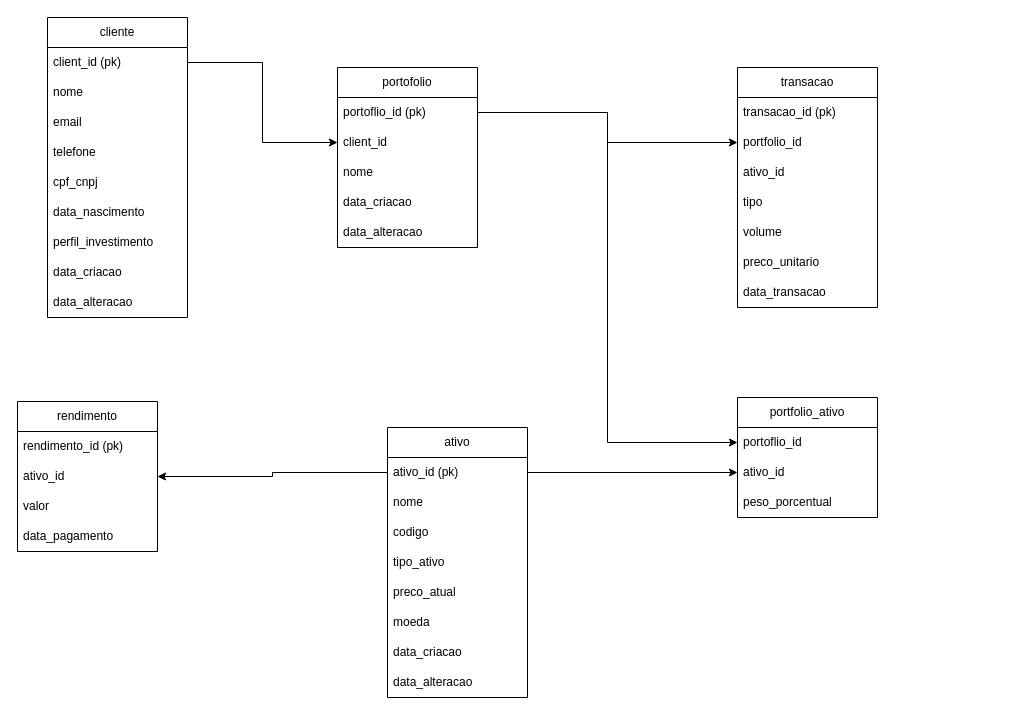
The draw.io diagram page "Cenario 2" (1 of 4) of bwgi/DE/diagramas.drawio in joaobodingbaner/code-cha, before the edit. Source tidied: cells renumbered, new cells numbered last; positions are measured from the earlier drawing's top-left corner, leaving out a move shared by most shapes. Both pictures are drawn from the tidied source at 100%, with x=0, y=0 at pixel (17, 17).
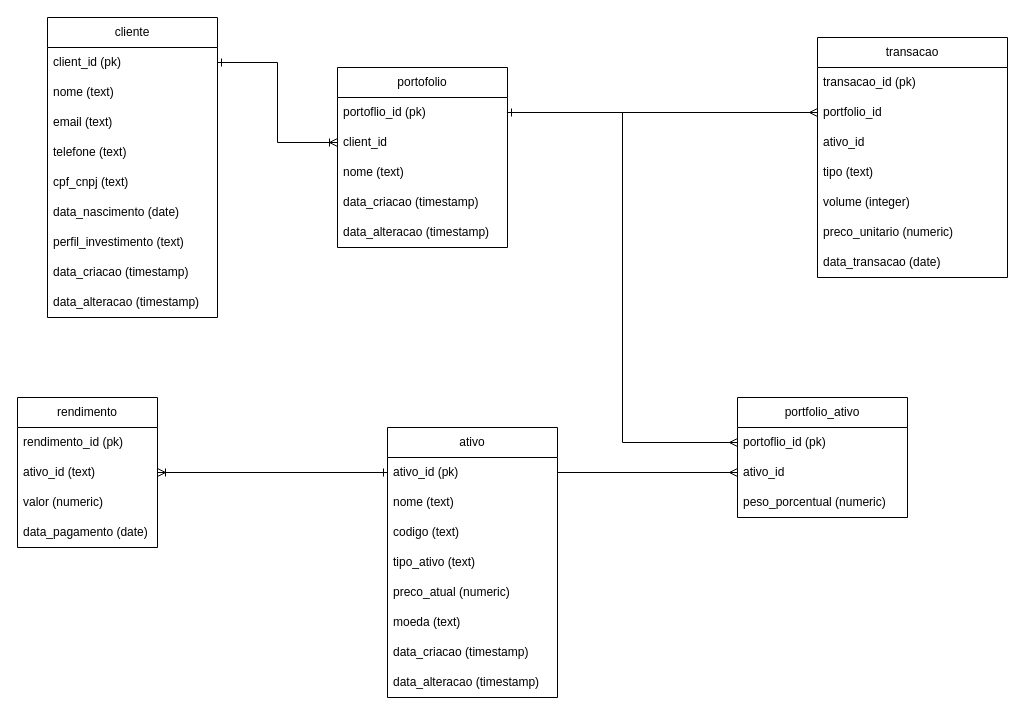
The same page after the edit.

What changed in the source:
```diff
@@
     <mxCell id="2" value="cliente" style="swimlane;fontStyle=0;horizontal=1;startSize=30;whiteSpace=wrap;html=1;" parent="1" vertex="1">
-      <mxGeometry x="30" width="140" height="300" as="geometry" />
+      <mxGeometry x="30" width="170" height="300" as="geometry" />
     </mxCell>
     <mxCell id="3" value="client_id (pk)" style="text;strokeColor=none;fillColor=none;align=left;verticalAlign=middle;spacingLeft=4;spacingRight=4;overflow=hidden;points=[[0,0.5],[1,0.5]];portConstraint=eastwest;whiteSpace=wrap;html=1;" parent="2" vertex="1">
-      <mxGeometry y="30" width="140" height="30" as="geometry" />
+      <mxGeometry y="30" width="170" height="30" as="geometry" />
     </mxCell>
-    <mxCell id="4" value="nome" style="text;strokeColor=none;fillColor=none;align=left;verticalAlign=middle;spacingLeft=4;spacingRight=4;overflow=hidden;whiteSpace=wrap;html=1;" parent="2" vertex="1">
-      <mxGeometry y="60" width="140" height="30" as="geometry" />
+    <mxCell id="4" value="nome (text)" style="text;strokeColor=none;fillColor=none;align=left;verticalAlign=middle;spacingLeft=4;spacingRight=4;overflow=hidden;whiteSpace=wrap;html=1;" parent="2" vertex="1">
+      <mxGeometry y="60" width="170" height="30" as="geometry" />
     </mxCell>
-    <mxCell id="5" value="email" style="text;strokeColor=none;fillColor=none;align=left;verticalAlign=middle;spacingLeft=4;spacingRight=4;overflow=hidden;whiteSpace=wrap;html=1;" parent="2" vertex="1">
-      <mxGeometry y="90" width="140" height="30" as="geometry" />
+    <mxCell id="5" value="email (text)" style="text;strokeColor=none;fillColor=none;align=left;verticalAlign=middle;spacingLeft=4;spacingRight=4;overflow=hidden;whiteSpace=wrap;html=1;" parent="2" vertex="1">
+      <mxGeometry y="90" width="170" height="30" as="geometry" />
     </mxCell>
-    <mxCell id="6" value="telefone" style="text;strokeColor=none;fillColor=none;align=left;verticalAlign=middle;spacingLeft=4;spacingRight=4;overflow=hidden;whiteSpace=wrap;html=1;" parent="2" vertex="1">
-      <mxGeometry y="120" width="140" height="30" as="geometry" />
+    <mxCell id="6" value="telefone (text)" style="text;strokeColor=none;fillColor=none;align=left;verticalAlign=middle;spacingLeft=4;spacingRight=4;overflow=hidden;whiteSpace=wrap;html=1;" parent="2" vertex="1">
+      <mxGeometry y="120" width="170" height="30" as="geometry" />
     </mxCell>
-    <mxCell id="7" value="cpf_cnpj" style="text;strokeColor=none;fillColor=none;align=left;verticalAlign=middle;spacingLeft=4;spacingRight=4;overflow=hidden;whiteSpace=wrap;html=1;" parent="2" vertex="1">
-      <mxGeometry y="150" width="140" height="30" as="geometry" />
+    <mxCell id="7" value="cpf_cnpj (text)" style="text;strokeColor=none;fillColor=none;align=left;verticalAlign=middle;spacingLeft=4;spacingRight=4;overflow=hidden;whiteSpace=wrap;html=1;" parent="2" vertex="1">
+      <mxGeometry y="150" width="170" height="30" as="geometry" />
     </mxCell>
-    <mxCell id="8" value="data_nascimento" style="text;strokeColor=none;fillColor=none;align=left;verticalAlign=middle;spacingLeft=4;spacingRight=4;overflow=hidden;whiteSpace=wrap;html=1;" parent="2" vertex="1">
-      <mxGeometry y="180" width="140" height="30" as="geometry" />
+    <mxCell id="8" value="data_nascimento (date)" style="text;strokeColor=none;fillColor=none;align=left;verticalAlign=middle;spacingLeft=4;spacingRight=4;overflow=hidden;whiteSpace=wrap;html=1;" parent="2" vertex="1">
+      <mxGeometry y="180" width="170" height="30" as="geometry" />
     </mxCell>
-    <mxCell id="9" value="perfil_investimento" style="text;strokeColor=none;fillColor=none;align=left;verticalAlign=middle;spacingLeft=4;spacingRight=4;overflow=hidden;whiteSpace=wrap;html=1;" parent="2" vertex="1">
-      <mxGeometry y="210" width="140" height="30" as="geometry" />
+    <mxCell id="9" value="perfil_investimento (text)" style="text;strokeColor=none;fillColor=none;align=left;verticalAlign=middle;spacingLeft=4;spacingRight=4;overflow=hidden;whiteSpace=wrap;html=1;" parent="2" vertex="1">
+      <mxGeometry y="210" width="170" height="30" as="geometry" />
     </mxCell>
-    <mxCell id="10" value="data_criacao" style="text;strokeColor=none;fillColor=none;align=left;verticalAlign=middle;spacingLeft=4;spacingRight=4;overflow=hidden;whiteSpace=wrap;html=1;" parent="2" vertex="1">
-      <mxGeometry y="240" width="140" height="30" as="geometry" />
+    <mxCell id="10" value="data_criacao (timestamp)" style="text;strokeColor=none;fillColor=none;align=left;verticalAlign=middle;spacingLeft=4;spacingRight=4;overflow=hidden;whiteSpace=wrap;html=1;" parent="2" vertex="1">
+      <mxGeometry y="240" width="170" height="30" as="geometry" />
     </mxCell>
-    <mxCell id="11" value="data_alteracao" style="text;strokeColor=none;fillColor=none;align=left;verticalAlign=middle;spacingLeft=4;spacingRight=4;overflow=hidden;whiteSpace=wrap;html=1;" parent="2" vertex="1">
-      <mxGeometry y="270" width="140" height="30" as="geometry" />
+    <mxCell id="11" value="data_alteracao (timestamp)" style="text;strokeColor=none;fillColor=none;align=left;verticalAlign=middle;spacingLeft=4;spacingRight=4;overflow=hidden;whiteSpace=wrap;html=1;" parent="2" vertex="1">
+      <mxGeometry y="270" width="170" height="30" as="geometry" />
     </mxCell>
     <mxCell id="12" value="ativo" style="swimlane;fontStyle=0;horizontal=1;startSize=30;whiteSpace=wrap;html=1;" parent="1" vertex="1">
-      <mxGeometry x="370" y="410" width="140" height="270" as="geometry" />
+      <mxGeometry x="370" y="410" width="170" height="270" as="geometry" />
     </mxCell>
     <mxCell id="13" value="ativo_id (pk)" style="text;strokeColor=none;fillColor=none;align=left;verticalAlign=middle;spacingLeft=4;spacingRight=4;overflow=hidden;points=[[0,0.5],[1,0.5]];portConstraint=eastwest;whiteSpace=wrap;html=1;" parent="12" vertex="1">
-      <mxGeometry y="30" width="140" height="30" as="geometry" />
+      <mxGeometry y="30" width="170" height="30" as="geometry" />
     </mxCell>
-    <mxCell id="14" value="nome" style="text;strokeColor=none;fillColor=none;align=left;verticalAlign=middle;spacingLeft=4;spacingRight=4;overflow=hidden;whiteSpace=wrap;html=1;" parent="12" vertex="1">
-      <mxGeometry y="60" width="140" height="30" as="geometry" />
+    <mxCell id="14" value="nome (text)" style="text;strokeColor=none;fillColor=none;align=left;verticalAlign=middle;spacingLeft=4;spacingRight=4;overflow=hidden;whiteSpace=wrap;html=1;" parent="12" vertex="1">
+      <mxGeometry y="60" width="170" height="30" as="geometry" />
     </mxCell>
-    <mxCell id="15" value="codigo" style="text;strokeColor=none;fillColor=none;align=left;verticalAlign=middle;spacingLeft=4;spacingRight=4;overflow=hidden;whiteSpace=wrap;html=1;" parent="12" vertex="1">
-      <mxGeometry y="90" width="140" height="30" as="geometry" />
+    <mxCell id="15" value="codigo (text)" style="text;strokeColor=none;fillColor=none;align=left;verticalAlign=middle;spacingLeft=4;spacingRight=4;overflow=hidden;whiteSpace=wrap;html=1;" parent="12" vertex="1">
+      <mxGeometry y="90" width="170" height="30" as="geometry" />
     </mxCell>
-    <mxCell id="16" value="tipo_ativo" style="text;strokeColor=none;fillColor=none;align=left;verticalAlign=middle;spacingLeft=4;spacingRight=4;overflow=hidden;whiteSpace=wrap;html=1;" parent="12" vertex="1">
-      <mxGeometry y="120" width="140" height="30" as="geometry" />
+    <mxCell id="16" value="tipo_ativo (text)" style="text;strokeColor=none;fillColor=none;align=left;verticalAlign=middle;spacingLeft=4;spacingRight=4;overflow=hidden;whiteSpace=wrap;html=1;" parent="12" vertex="1">
+      <mxGeometry y="120" width="170" height="30" as="geometry" />
     </mxCell>
-    <mxCell id="17" value="preco_atual" style="text;strokeColor=none;fillColor=none;align=left;verticalAlign=middle;spacingLeft=4;spacingRight=4;overflow=hidden;whiteSpace=wrap;html=1;" parent="12" vertex="1">
-      <mxGeometry y="150" width="140" height="30" as="geometry" />
+    <mxCell id="17" value="preco_atual (numeric)" style="text;strokeColor=none;fillColor=none;align=left;verticalAlign=middle;spacingLeft=4;spacingRight=4;overflow=hidden;whiteSpace=wrap;html=1;" parent="12" vertex="1">
+      <mxGeometry y="150" width="170" height="30" as="geometry" />
     </mxCell>
-    <mxCell id="18" value="moeda" style="text;strokeColor=none;fillColor=none;align=left;verticalAlign=middle;spacingLeft=4;spacingRight=4;overflow=hidden;whiteSpace=wrap;html=1;" parent="12" vertex="1">
-      <mxGeometry y="180" width="140" height="30" as="geometry" />
+    <mxCell id="18" value="moeda (text)" style="text;strokeColor=none;fillColor=none;align=left;verticalAlign=middle;spacingLeft=4;spacingRight=4;overflow=hidden;whiteSpace=wrap;html=1;" parent="12" vertex="1">
+      <mxGeometry y="180" width="170" height="30" as="geometry" />
     </mxCell>
-    <mxCell id="19" value="data_criacao" style="text;strokeColor=none;fillColor=none;align=left;verticalAlign=middle;spacingLeft=4;spacingRight=4;overflow=hidden;whiteSpace=wrap;html=1;" parent="12" vertex="1">
-      <mxGeometry y="210" width="140" height="30" as="geometry" />
+    <mxCell id="19" value="data_criacao (timestamp)" style="text;strokeColor=none;fillColor=none;align=left;verticalAlign=middle;spacingLeft=4;spacingRight=4;overflow=hidden;whiteSpace=wrap;html=1;" parent="12" vertex="1">
+      <mxGeometry y="210" width="170" height="30" as="geometry" />
     </mxCell>
-    <mxCell id="20" value="data_alteracao" style="text;strokeColor=none;fillColor=none;align=left;verticalAlign=middle;spacingLeft=4;spacingRight=4;overflow=hidden;whiteSpace=wrap;html=1;" parent="12" vertex="1">
-      <mxGeometry y="240" width="140" height="30" as="geometry" />
+    <mxCell id="20" value="data_alteracao (timestamp)" style="text;strokeColor=none;fillColor=none;align=left;verticalAlign=middle;spacingLeft=4;spacingRight=4;overflow=hidden;whiteSpace=wrap;html=1;" parent="12" vertex="1">
+      <mxGeometry y="240" width="170" height="30" as="geometry" />
     </mxCell>
     <mxCell id="21" value="rendimento" style="swimlane;fontStyle=0;horizontal=1;startSize=30;whiteSpace=wrap;html=1;" parent="1" vertex="1">
-      <mxGeometry y="384" width="140" height="150" as="geometry" />
+      <mxGeometry y="380" width="140" height="150" as="geometry" />
     </mxCell>
@@
-    <mxCell id="23" value="ativo_id" style="text;strokeColor=none;fillColor=none;align=left;verticalAlign=middle;spacingLeft=4;spacingRight=4;overflow=hidden;points=[[0,0.5],[1,0.5]];portConstraint=eastwest;whiteSpace=wrap;html=1;" parent="21" vertex="1">
+    <mxCell id="23" value="ativo_id (text)" style="text;strokeColor=none;fillColor=none;align=left;verticalAlign=middle;spacingLeft=4;spacingRight=4;overflow=hidden;points=[[0,0.5],[1,0.5]];portConstraint=eastwest;whiteSpace=wrap;html=1;" parent="21" vertex="1">
       <mxGeometry y="60" width="140" height="30" as="geometry" />
     </mxCell>
-    <mxCell id="24" value="valor" style="text;strokeColor=none;fillColor=none;align=left;verticalAlign=middle;spacingLeft=4;spacingRight=4;overflow=hidden;whiteSpace=wrap;html=1;" parent="21" vertex="1">
+    <mxCell id="24" value="valor (numeric)" style="text;strokeColor=none;fillColor=none;align=left;verticalAlign=middle;spacingLeft=4;spacingRight=4;overflow=hidden;whiteSpace=wrap;html=1;" parent="21" vertex="1">
       <mxGeometry y="90" width="140" height="30" as="geometry" />
     </mxCell>
-    <mxCell id="25" value="data_pagamento" style="text;strokeColor=none;fillColor=none;align=left;verticalAlign=middle;spacingLeft=4;spacingRight=4;overflow=hidden;whiteSpace=wrap;html=1;" parent="21" vertex="1">
+    <mxCell id="25" value="data_pagamento (date)" style="text;strokeColor=none;fillColor=none;align=left;verticalAlign=middle;spacingLeft=4;spacingRight=4;overflow=hidden;whiteSpace=wrap;html=1;" parent="21" vertex="1">
       <mxGeometry y="120" width="140" height="30" as="geometry" />
     </mxCell>
     <mxCell id="26" value="portofolio" style="swimlane;fontStyle=0;horizontal=1;startSize=30;whiteSpace=wrap;html=1;" parent="1" vertex="1">
-      <mxGeometry x="320" y="50" width="140" height="180" as="geometry" />
+      <mxGeometry x="320" y="50" width="170" height="180" as="geometry" />
     </mxCell>
     <mxCell id="27" value="portoflio_id (pk)" style="text;strokeColor=none;fillColor=none;align=left;verticalAlign=middle;spacingLeft=4;spacingRight=4;overflow=hidden;points=[[0,0.5],[1,0.5]];portConstraint=eastwest;whiteSpace=wrap;html=1;" parent="26" vertex="1">
-      <mxGeometry y="30" width="140" height="30" as="geometry" />
+      <mxGeometry y="30" width="170" height="30" as="geometry" />
     </mxCell>
     <mxCell id="28" value="client_id" style="text;strokeColor=none;fillColor=none;align=left;verticalAlign=middle;spacingLeft=4;spacingRight=4;overflow=hidden;points=[[0,0.5],[1,0.5]];portConstraint=eastwest;whiteSpace=wrap;html=1;" parent="26" vertex="1">
-      <mxGeometry y="60" width="140" height="30" as="geometry" />
+      <mxGeometry y="60" width="170" height="30" as="geometry" />
     </mxCell>
-    <mxCell id="29" value="nome" style="text;strokeColor=none;fillColor=none;align=left;verticalAlign=middle;spacingLeft=4;spacingRight=4;overflow=hidden;whiteSpace=wrap;html=1;" parent="26" vertex="1">
-      <mxGeometry y="90" width="140" height="30" as="geometry" />
+    <mxCell id="29" value="nome (text)" style="text;strokeColor=none;fillColor=none;align=left;verticalAlign=middle;spacingLeft=4;spacingRight=4;overflow=hidden;whiteSpace=wrap;html=1;" parent="26" vertex="1">
+      <mxGeometry y="90" width="170" height="30" as="geometry" />
     </mxCell>
-    <mxCell id="30" value="data_criacao" style="text;strokeColor=none;fillColor=none;align=left;verticalAlign=middle;spacingLeft=4;spacingRight=4;overflow=hidden;whiteSpace=wrap;html=1;" parent="26" vertex="1">
-      <mxGeometry y="120" width="140" height="30" as="geometry" />
+    <mxCell id="30" value="data_criacao (timestamp)" style="text;strokeColor=none;fillColor=none;align=left;verticalAlign=middle;spacingLeft=4;spacingRight=4;overflow=hidden;whiteSpace=wrap;html=1;" parent="26" vertex="1">
+      <mxGeometry y="120" width="170" height="30" as="geometry" />
     </mxCell>
-    <mxCell id="31" value="data_alteracao" style="text;strokeColor=none;fillColor=none;align=left;verticalAlign=middle;spacingLeft=4;spacingRight=4;overflow=hidden;whiteSpace=wrap;html=1;" parent="26" vertex="1">
-      <mxGeometry y="150" width="140" height="30" as="geometry" />
+    <mxCell id="31" value="data_alteracao (timestamp)" style="text;strokeColor=none;fillColor=none;align=left;verticalAlign=middle;spacingLeft=4;spacingRight=4;overflow=hidden;whiteSpace=wrap;html=1;" parent="26" vertex="1">
+      <mxGeometry y="150" width="170" height="30" as="geometry" />
     </mxCell>
-    <mxCell id="32" style="edgeStyle=orthogonalEdgeStyle;rounded=0;jettySize=auto;html=1;entryX=0;entryY=0.5;entryDx=0;entryDy=0;" parent="1" edge="1" source="3" target="28">
-      <mxGeometry relative="1" as="geometry" />
-    </mxCell>
     <mxCell id="33" value="transacao" style="swimlane;fontStyle=0;horizontal=1;startSize=30;whiteSpace=wrap;html=1;" parent="1" vertex="1">
-      <mxGeometry x="720" y="50" width="140" height="240" as="geometry" />
+      <mxGeometry x="800" y="20" width="190" height="240" as="geometry" />
     </mxCell>
     <mxCell id="34" value="transacao_id (pk)" style="text;strokeColor=none;fillColor=none;align=left;verticalAlign=middle;spacingLeft=4;spacingRight=4;overflow=hidden;whiteSpace=wrap;html=1;" parent="33" vertex="1">
-      <mxGeometry y="30" width="140" height="30" as="geometry" />
+      <mxGeometry y="30" width="190" height="30" as="geometry" />
     </mxCell>
     <mxCell id="35" value="portfolio_id" style="text;strokeColor=none;fillColor=none;align=left;verticalAlign=middle;spacingLeft=4;spacingRight=4;overflow=hidden;points=[[0,0.5],[1,0.5]];portConstraint=eastwest;whiteSpace=wrap;html=1;" parent="33" vertex="1">
-      <mxGeometry y="60" width="140" height="30" as="geometry" />
+      <mxGeometry y="60" width="190" height="30" as="geometry" />
     </mxCell>
     <mxCell id="36" value="ativo_id" style="text;strokeColor=none;fillColor=none;align=left;verticalAlign=middle;spacingLeft=4;spacingRight=4;overflow=hidden;whiteSpace=wrap;html=1;" parent="33" vertex="1">
-      <mxGeometry y="90" width="140" height="30" as="geometry" />
+      <mxGeometry y="90" width="190" height="30" as="geometry" />
     </mxCell>
-    <mxCell id="37" value="tipo" style="text;strokeColor=none;fillColor=none;align=left;verticalAlign=middle;spacingLeft=4;spacingRight=4;overflow=hidden;whiteSpace=wrap;html=1;" parent="33" vertex="1">
-      <mxGeometry y="120" width="140" height="30" as="geometry" />
+    <mxCell id="37" value="tipo (text)" style="text;strokeColor=none;fillColor=none;align=left;verticalAlign=middle;spacingLeft=4;spacingRight=4;overflow=hidden;whiteSpace=wrap;html=1;" parent="33" vertex="1">
+      <mxGeometry y="120" width="190" height="30" as="geometry" />
     </mxCell>
-    <mxCell id="38" value="volume" style="text;strokeColor=none;fillColor=none;align=left;verticalAlign=middle;spacingLeft=4;spacingRight=4;overflow=hidden;whiteSpace=wrap;html=1;" parent="33" vertex="1">
-      <mxGeometry y="150" width="140" height="30" as="geometry" />
+    <mxCell id="38" value="volume (integer)" style="text;strokeColor=none;fillColor=none;align=left;verticalAlign=middle;spacingLeft=4;spacingRight=4;overflow=hidden;whiteSpace=wrap;html=1;" parent="33" vertex="1">
+      <mxGeometry y="150" width="190" height="30" as="geometry" />
     </mxCell>
-    <mxCell id="39" value="preco_unitario" style="text;strokeColor=none;fillColor=none;align=left;verticalAlign=middle;spacingLeft=4;spacingRight=4;overflow=hidden;whiteSpace=wrap;html=1;" parent="33" vertex="1">
-      <mxGeometry y="180" width="140" height="30" as="geometry" />
+    <mxCell id="39" value="preco_unitario (numeric)" style="text;strokeColor=none;fillColor=none;align=left;verticalAlign=middle;spacingLeft=4;spacingRight=4;overflow=hidden;whiteSpace=wrap;html=1;" parent="33" vertex="1">
+      <mxGeometry y="180" width="190" height="30" as="geometry" />
     </mxCell>
-    <mxCell id="40" value="data_transacao" style="text;strokeColor=none;fillColor=none;align=left;verticalAlign=middle;spacingLeft=4;spacingRight=4;overflow=hidden;whiteSpace=wrap;html=1;" parent="33" vertex="1">
-      <mxGeometry y="210" width="140" height="30" as="geometry" />
+    <mxCell id="40" value="data_transacao (date)" style="text;strokeColor=none;fillColor=none;align=left;verticalAlign=middle;spacingLeft=4;spacingRight=4;overflow=hidden;whiteSpace=wrap;html=1;" parent="33" vertex="1">
+      <mxGeometry y="210" width="190" height="30" as="geometry" />
     </mxCell>
-    <mxCell id="41" style="edgeStyle=orthogonalEdgeStyle;rounded=0;jettySize=auto;html=1;entryX=1;entryY=0.5;entryDx=0;entryDy=0;" parent="1" edge="1" source="13" target="23">
+    <mxCell id="41" style="edgeStyle=orthogonalEdgeStyle;rounded=0;jettySize=auto;html=1;entryX=1;entryY=0.5;entryDx=0;entryDy=0;endArrow=ERoneToMany;endFill=0;startArrow=ERone;startFill=0;" parent="1" edge="1" source="13" target="23">
       <mxGeometry relative="1" as="geometry" />
     </mxCell>
     <mxCell id="42" value="portfolio_ativo" style="swimlane;fontStyle=0;horizontal=1;startSize=30;whiteSpace=wrap;html=1;" parent="1" vertex="1">
-      <mxGeometry x="720" y="380" width="140" height="120" as="geometry" />
+      <mxGeometry x="720" y="380" width="170" height="120" as="geometry" />
     </mxCell>
-    <mxCell id="43" value="portoflio_id" style="text;strokeColor=none;fillColor=none;align=left;verticalAlign=middle;spacingLeft=4;spacingRight=4;overflow=hidden;points=[[0,0.5],[1,0.5]];portConstraint=eastwest;whiteSpace=wrap;html=1;" parent="42" vertex="1">
-      <mxGeometry y="30" width="140" height="30" as="geometry" />
+    <mxCell id="43" value="portoflio_id (pk)" style="text;strokeColor=none;fillColor=none;align=left;verticalAlign=middle;spacingLeft=4;spacingRight=4;overflow=hidden;points=[[0,0.5],[1,0.5]];portConstraint=eastwest;whiteSpace=wrap;html=1;" parent="42" vertex="1">
+      <mxGeometry y="30" width="170" height="30" as="geometry" />
     </mxCell>
     <mxCell id="44" value="ativo_id" style="text;strokeColor=none;fillColor=none;align=left;verticalAlign=middle;spacingLeft=4;spacingRight=4;overflow=hidden;points=[[0,0.5],[1,0.5]];portConstraint=eastwest;whiteSpace=wrap;html=1;" parent="42" vertex="1">
-      <mxGeometry y="60" width="140" height="30" as="geometry" />
+      <mxGeometry y="60" width="170" height="30" as="geometry" />
     </mxCell>
-    <mxCell id="45" value="peso_porcentual" style="text;strokeColor=none;fillColor=none;align=left;verticalAlign=middle;spacingLeft=4;spacingRight=4;overflow=hidden;whiteSpace=wrap;html=1;" parent="42" vertex="1">
-      <mxGeometry y="90" width="140" height="30" as="geometry" />
+    <mxCell id="45" value="peso_porcentual (numeric)" style="text;strokeColor=none;fillColor=none;align=left;verticalAlign=middle;spacingLeft=4;spacingRight=4;overflow=hidden;whiteSpace=wrap;html=1;" parent="42" vertex="1">
+      <mxGeometry y="90" width="170" height="30" as="geometry" />
     </mxCell>
-    <mxCell id="46" style="edgeStyle=orthogonalEdgeStyle;rounded=0;jettySize=auto;html=1;" parent="1" edge="1" source="27" target="35">
+    <mxCell id="46" style="edgeStyle=orthogonalEdgeStyle;rounded=0;jettySize=auto;html=1;endArrow=ERmany;endFill=0;" parent="1" edge="1" source="27" target="35">
       <mxGeometry relative="1" as="geometry" />
     </mxCell>
-    <mxCell id="47" style="edgeStyle=orthogonalEdgeStyle;rounded=0;jettySize=auto;html=1;entryX=0;entryY=0.5;entryDx=0;entryDy=0;" parent="1" edge="1" source="27" target="43">
+    <mxCell id="47" style="edgeStyle=orthogonalEdgeStyle;rounded=0;jettySize=auto;html=1;entryX=0;entryY=0.5;entryDx=0;entryDy=0;startArrow=ERone;startFill=0;endArrow=ERmany;endFill=0;" parent="1" edge="1" source="27" target="43">
       <mxGeometry relative="1" as="geometry" />
     </mxCell>
-    <mxCell id="48" style="edgeStyle=orthogonalEdgeStyle;rounded=0;jettySize=auto;html=1;entryX=0;entryY=0.5;entryDx=0;entryDy=0;" parent="1" edge="1" source="13" target="44">
+    <mxCell id="48" style="edgeStyle=orthogonalEdgeStyle;rounded=0;jettySize=auto;html=1;entryX=0;entryY=0.5;entryDx=0;entryDy=0;startArrow=baseDash;startFill=0;endArrow=ERmany;endFill=0;" parent="1" edge="1" source="13" target="44">
       <mxGeometry relative="1" as="geometry" />
     </mxCell>
+    <mxCell id="32" style="edgeStyle=orthogonalEdgeStyle;rounded=0;jettySize=auto;html=1;exitX=1;exitY=0.5;exitDx=0;exitDy=0;entryX=0;entryY=0.5;entryDx=0;entryDy=0;endArrow=ERoneToMany;endFill=0;startArrow=ERone;startFill=0;" parent="1" edge="1" source="3" target="28">
+      <mxGeometry relative="1" as="geometry" />
+    </mxCell>
```
